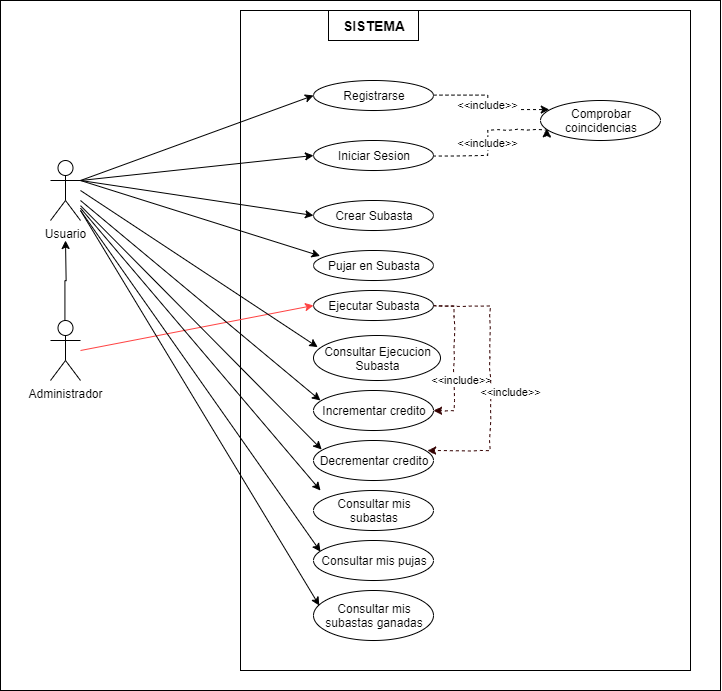
Above: Diagrama de Casos de Uso.png in josegoval/I.E.6.2 (draw.io), before the change. Source tidied: cells renumbered, new cells last; positions are measured from the earlier drawing's top-left corner, leaving out a move shared by most shapes. The source it was exported from:
```xml
<mxGraphModel>
  <root>
    <mxCell id="0" />
    <mxCell id="1" value="Untitled Layer" parent="0" />
    <mxCell id="2" style="rounded=0;whiteSpace=wrap;html=1;glass=0;fillColor=#ffffff;" parent="1" vertex="1">
      <mxGeometry width="720" height="690" as="geometry" />
    </mxCell>
    <mxCell id="3" value="Untitled Layer" parent="0" />
    <mxCell id="4" style="rounded=0;whiteSpace=wrap;html=1;glass=0;fillColor=#ffffff;" parent="3" vertex="1">
      <mxGeometry x="240" y="10" width="450" height="660" as="geometry" />
    </mxCell>
    <mxCell id="5" parent="0" />
    <mxCell id="6" value="Usuario&lt;br&gt;" style="shape=umlActor;verticalLabelPosition=bottom;labelBackgroundColor=#ffffff;verticalAlign=top;html=1;outlineConnect=0;" parent="5" vertex="1">
      <mxGeometry x="50" y="160" width="30" height="60" as="geometry" />
    </mxCell>
    <mxCell id="7" style="edgeStyle=orthogonalEdgeStyle;rounded=0;jettySize=auto;html=1;" parent="5" edge="1" source="8">
      <mxGeometry relative="1" as="geometry">
        <mxPoint x="65" y="240" as="targetPoint" />
      </mxGeometry>
    </mxCell>
    <mxCell id="8" value="Administrador" style="shape=umlActor;verticalLabelPosition=bottom;labelBackgroundColor=#ffffff;verticalAlign=top;html=1;outlineConnect=0;" parent="5" vertex="1">
      <mxGeometry x="50" y="320" width="30" height="60" as="geometry" />
    </mxCell>
    <mxCell id="9" value="&lt;b&gt;&lt;font style=&quot;font-size: 14px&quot;&gt;SISTEMA&lt;/font&gt;&lt;/b&gt;" style="rounded=0;whiteSpace=wrap;html=1;" parent="5" vertex="1">
      <mxGeometry x="328" y="10" width="90" height="30" as="geometry" />
    </mxCell>
    <mxCell id="10" value="&amp;lt;&amp;lt;include&amp;gt;&amp;gt;" style="edgeStyle=orthogonalEdgeStyle;rounded=0;jettySize=auto;html=1;entryX=0.077;entryY=0.235;entryDx=0;entryDy=0;entryPerimeter=0;dashed=1;jumpSize=9;shadow=0;comic=0;" parent="5" edge="1" source="11" target="14">
      <mxGeometry relative="1" as="geometry">
        <Array as="points">
          <mxPoint x="487" y="95" />
          <mxPoint x="487" y="109" />
        </Array>
      </mxGeometry>
    </mxCell>
    <mxCell id="11" value="Registrarse" style="ellipse;whiteSpace=wrap;html=1;" parent="5" vertex="1">
      <mxGeometry x="313" y="80" width="120" height="30" as="geometry" />
    </mxCell>
    <mxCell id="12" value="&amp;lt;&amp;lt;include&amp;gt;&amp;gt;" style="edgeStyle=orthogonalEdgeStyle;rounded=0;comic=1;jumpSize=9;jettySize=auto;html=1;entryX=0.05;entryY=0.715;entryDx=0;entryDy=0;entryPerimeter=0;shadow=0;dashed=1;" parent="5" edge="1" source="13" target="14">
      <mxGeometry x="-0.05" relative="1" as="geometry">
        <Array as="points">
          <mxPoint x="487" y="155" />
          <mxPoint x="487" y="130" />
          <mxPoint x="546" y="130" />
        </Array>
      </mxGeometry>
    </mxCell>
    <mxCell id="13" value="Iniciar Sesion" style="ellipse;whiteSpace=wrap;html=1;" parent="5" vertex="1">
      <mxGeometry x="313" y="140" width="120" height="30" as="geometry" />
    </mxCell>
    <mxCell id="14" value="Comprobar coincidencias" style="ellipse;whiteSpace=wrap;html=1;" parent="5" vertex="1">
      <mxGeometry x="540" y="100" width="120" height="40" as="geometry" />
    </mxCell>
    <mxCell id="15" value="Crear Subasta" style="ellipse;whiteSpace=wrap;html=1;" parent="5" vertex="1">
      <mxGeometry x="313" y="200" width="120" height="30" as="geometry" />
    </mxCell>
    <mxCell id="16" value="Pujar en Subasta" style="ellipse;whiteSpace=wrap;html=1;" parent="5" vertex="1">
      <mxGeometry x="313" y="250" width="120" height="30" as="geometry" />
    </mxCell>
    <mxCell id="17" value="&amp;lt;&amp;lt;include&amp;gt;&amp;gt;" style="edgeStyle=orthogonalEdgeStyle;rounded=0;comic=1;jumpSize=9;jettySize=auto;html=1;entryX=1;entryY=0.5;entryDx=0;entryDy=0;shadow=0;strokeColor=#330000;dashed=1;" parent="5" edge="1" source="19" target="21">
      <mxGeometry x="0.31" y="7" relative="1" as="geometry">
        <Array as="points">
          <mxPoint x="453" y="305" />
          <mxPoint x="453" y="410" />
        </Array>
      </mxGeometry>
    </mxCell>
    <mxCell id="18" value="&amp;lt;&amp;lt;include&amp;gt;&amp;gt;" style="edgeStyle=orthogonalEdgeStyle;rounded=0;comic=1;jumpSize=9;jettySize=auto;html=1;entryX=0.948;entryY=0.265;entryDx=0;entryDy=0;entryPerimeter=0;shadow=0;dashed=1;strokeColor=#330000;" parent="5" edge="1" source="19" target="22">
      <mxGeometry x="0.09" y="20" relative="1" as="geometry">
        <Array as="points">
          <mxPoint x="490" y="305" />
          <mxPoint x="490" y="450" />
          <mxPoint x="428" y="450" />
        </Array>
      </mxGeometry>
    </mxCell>
    <mxCell id="19" value="Ejecutar Subasta" style="ellipse;whiteSpace=wrap;html=1;" parent="5" vertex="1">
      <mxGeometry x="313" y="290" width="120" height="30" as="geometry" />
    </mxCell>
    <mxCell id="20" value="Consultar Ejecucion Subasta" style="ellipse;whiteSpace=wrap;html=1;" parent="5" vertex="1">
      <mxGeometry x="313" y="335" width="127" height="45" as="geometry" />
    </mxCell>
    <mxCell id="21" value="Incrementar credito" style="ellipse;whiteSpace=wrap;html=1;" parent="5" vertex="1">
      <mxGeometry x="313" y="390" width="120" height="40" as="geometry" />
    </mxCell>
    <mxCell id="22" value="Decrementar credito" style="ellipse;whiteSpace=wrap;html=1;" parent="5" vertex="1">
      <mxGeometry x="313" y="440" width="120" height="40" as="geometry" />
    </mxCell>
    <mxCell id="23" value="Consultar mis subastas" style="ellipse;whiteSpace=wrap;html=1;" parent="5" vertex="1">
      <mxGeometry x="313" y="490" width="120" height="40" as="geometry" />
    </mxCell>
    <mxCell id="24" value="Consultar mis pujas" style="ellipse;whiteSpace=wrap;html=1;" parent="5" vertex="1">
      <mxGeometry x="313" y="540" width="120" height="40" as="geometry" />
    </mxCell>
    <mxCell id="25" value="Consultar mis subastas ganadas" style="ellipse;whiteSpace=wrap;html=1;" parent="5" vertex="1">
      <mxGeometry x="313" y="590" width="120" height="50" as="geometry" />
    </mxCell>
    <mxCell id="26" style="endArrow=classic;html=1;shadow=0;exitX=1;exitY=0.3333333333333333;exitDx=0;exitDy=0;exitPerimeter=0;entryX=0;entryY=0.5;entryDx=0;entryDy=0;" parent="5" edge="1" source="6" target="11">
      <mxGeometry relative="1" as="geometry" />
    </mxCell>
    <mxCell id="27" style="endArrow=classic;html=1;shadow=0;entryX=0;entryY=0.5;entryDx=0;entryDy=0;" parent="5" edge="1" target="13">
      <mxGeometry relative="1" as="geometry">
        <mxPoint x="80" y="180" as="sourcePoint" />
      </mxGeometry>
    </mxCell>
    <mxCell id="28" style="endArrow=classic;html=1;shadow=0;entryX=0;entryY=0.5;entryDx=0;entryDy=0;" parent="5" edge="1" target="15">
      <mxGeometry relative="1" as="geometry">
        <mxPoint x="80" y="180" as="sourcePoint" />
      </mxGeometry>
    </mxCell>
    <mxCell id="29" style="endArrow=classic;html=1;shadow=0;entryX=0.055;entryY=0.18;entryDx=0;entryDy=0;entryPerimeter=0;" parent="5" edge="1" target="16">
      <mxGeometry relative="1" as="geometry">
        <mxPoint x="80" y="180" as="sourcePoint" />
      </mxGeometry>
    </mxCell>
    <mxCell id="30" style="endArrow=classic;html=1;shadow=0;entryX=0;entryY=0.5;entryDx=0;entryDy=0;strokeColor=#FF4242;" parent="5" edge="1" target="19">
      <mxGeometry relative="1" as="geometry">
        <mxPoint x="80" y="350" as="sourcePoint" />
      </mxGeometry>
    </mxCell>
    <mxCell id="31" style="endArrow=classic;html=1;shadow=0;entryX=0.033;entryY=0.258;entryDx=0;entryDy=0;entryPerimeter=0;" parent="5" edge="1" target="20">
      <mxGeometry relative="1" as="geometry">
        <mxPoint x="80" y="190" as="sourcePoint" />
      </mxGeometry>
    </mxCell>
    <mxCell id="32" style="endArrow=classic;html=1;shadow=0;entryX=0.058;entryY=0.25;entryDx=0;entryDy=0;entryPerimeter=0;" parent="5" edge="1" target="21">
      <mxGeometry relative="1" as="geometry">
        <mxPoint x="80" y="200" as="sourcePoint" />
      </mxGeometry>
    </mxCell>
    <mxCell id="33" style="endArrow=classic;html=1;shadow=0;entryX=0.068;entryY=0.225;entryDx=0;entryDy=0;entryPerimeter=0;" parent="5" edge="1" source="6" target="22">
      <mxGeometry relative="1" as="geometry" />
    </mxCell>
    <mxCell id="34" style="endArrow=classic;html=1;shadow=0;" parent="5" edge="1" source="6">
      <mxGeometry relative="1" as="geometry">
        <mxPoint x="320" y="490" as="targetPoint" />
      </mxGeometry>
    </mxCell>
    <mxCell id="35" style="endArrow=classic;html=1;shadow=0;" parent="5" edge="1">
      <mxGeometry relative="1" as="geometry">
        <mxPoint x="80" y="210" as="sourcePoint" />
        <mxPoint x="320" y="551.2" as="targetPoint" />
      </mxGeometry>
    </mxCell>
    <mxCell id="36" style="endArrow=classic;html=1;shadow=0;entryX=0.048;entryY=0.3;entryDx=0;entryDy=0;entryPerimeter=0;" parent="5" edge="1" target="25">
      <mxGeometry relative="1" as="geometry">
        <mxPoint x="80" y="210" as="sourcePoint" />
      </mxGeometry>
    </mxCell>
  </root>
</mxGraphModel>
```
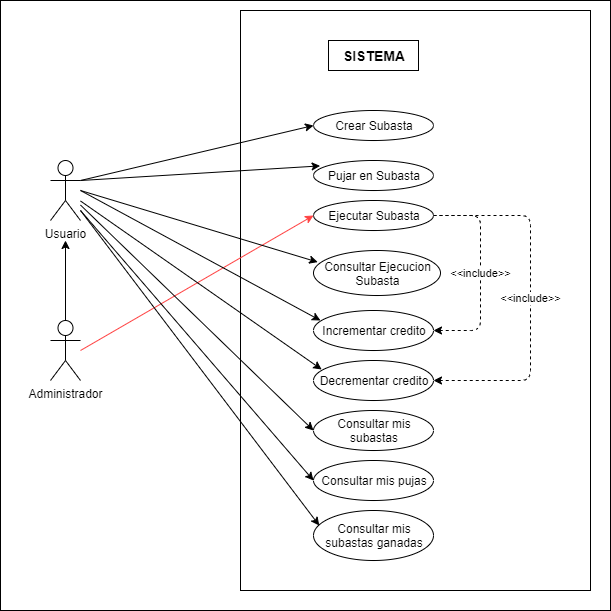
Above is the later version.

Commit message:
Nuevo modelo del diagrama de casos de uso. Se ha modificado eliminando la creacion de usuario, para evitar salirnos demasiado del objetivo inicial del trabajo.

modified:   Diagrama de Casos de Uso.png

Diff of the diagram source:
```diff
@@ -3,11 +3,46 @@
     <mxCell id="0" />
     <mxCell id="1" value="Untitled Layer" parent="0" />
     <mxCell id="2" style="rounded=0;whiteSpace=wrap;html=1;glass=0;fillColor=#ffffff;" parent="1" vertex="1">
-      <mxGeometry width="720" height="690" as="geometry" />
+      <mxGeometry width="610" height="610" as="geometry" />
     </mxCell>
+    <mxCell id="37" style="edgeStyle=orthogonalEdgeStyle;rounded=0;jettySize=auto;html=1;" parent="1" edge="1" source="19" target="21">
+      <mxGeometry relative="1" as="geometry">
+        <Array as="points">
+          <mxPoint x="460" y="215" />
+          <mxPoint x="460" y="330" />
+        </Array>
+      </mxGeometry>
+    </mxCell>
+    <mxCell id="38" value="&amp;lt;&amp;lt;include&amp;gt;&amp;gt;" style="edgeStyle=orthogonalEdgeStyle;rounded=0;jettySize=auto;html=1;" parent="1" edge="1" source="19" target="22">
+      <mxGeometry relative="1" as="geometry">
+        <Array as="points">
+          <mxPoint x="530" y="215" />
+          <mxPoint x="530" y="380" />
+        </Array>
+      </mxGeometry>
+    </mxCell>
+    <mxCell id="39" value="&amp;lt;&amp;lt;include&amp;gt;&amp;gt;" style="edgeStyle=orthogonalEdgeStyle;rounded=0;jettySize=auto;html=1;entryX=1;entryY=0.5;entryDx=0;entryDy=0;" parent="1" edge="1" source="19" target="21">
+      <mxGeometry relative="1" as="geometry">
+        <Array as="points">
+          <mxPoint x="470" y="215" />
+          <mxPoint x="470" y="330" />
+        </Array>
+      </mxGeometry>
+    </mxCell>
+    <mxCell id="40" value="&amp;lt;&amp;lt;include&amp;gt;&amp;gt;" style="edgeStyle=orthogonalEdgeStyle;rounded=0;jettySize=auto;html=1;" parent="1" edge="1" source="19" target="22">
+      <mxGeometry relative="1" as="geometry" />
+    </mxCell>
+    <mxCell id="41" value="&amp;lt;&amp;lt;include&amp;gt;&amp;gt;" style="endArrow=classic;html=1;entryX=1;entryY=0.5;entryDx=0;entryDy=0;exitX=1;exitY=0.5;exitDx=0;exitDy=0;" parent="1" edge="1" source="19" target="21">
+      <mxGeometry relative="1" as="geometry">
+        <Array as="points">
+          <mxPoint x="470" y="215" />
+          <mxPoint x="470" y="330" />
+        </Array>
+      </mxGeometry>
+    </mxCell>
     <mxCell id="3" value="Untitled Layer" parent="0" />
     <mxCell id="4" style="rounded=0;whiteSpace=wrap;html=1;glass=0;fillColor=#ffffff;" parent="3" vertex="1">
-      <mxGeometry x="240" y="10" width="450" height="660" as="geometry" />
+      <mxGeometry x="240" y="10" width="350" height="580" as="geometry" />
     </mxCell>
     <mxCell id="5" parent="0" />
     <mxCell id="6" value="Usuario&lt;br&gt;" style="shape=umlActor;verticalLabelPosition=bottom;labelBackgroundColor=#ffffff;verticalAlign=top;html=1;outlineConnect=0;" parent="5" vertex="1">
@@ -22,86 +57,48 @@
       <mxGeometry x="50" y="320" width="30" height="60" as="geometry" />
     </mxCell>
     <mxCell id="9" value="&lt;b&gt;&lt;font style=&quot;font-size: 14px&quot;&gt;SISTEMA&lt;/font&gt;&lt;/b&gt;" style="rounded=0;whiteSpace=wrap;html=1;" parent="5" vertex="1">
-      <mxGeometry x="328" y="10" width="90" height="30" as="geometry" />
+      <mxGeometry x="328" y="40" width="90" height="30" as="geometry" />
     </mxCell>
-    <mxCell id="10" value="&amp;lt;&amp;lt;include&amp;gt;&amp;gt;" style="edgeStyle=orthogonalEdgeStyle;rounded=0;jettySize=auto;html=1;entryX=0.077;entryY=0.235;entryDx=0;entryDy=0;entryPerimeter=0;dashed=1;jumpSize=9;shadow=0;comic=0;" parent="5" edge="1" source="11" target="14">
-      <mxGeometry relative="1" as="geometry">
-        <Array as="points">
-          <mxPoint x="487" y="95" />
-          <mxPoint x="487" y="109" />
-        </Array>
-      </mxGeometry>
-    </mxCell>
-    <mxCell id="11" value="Registrarse" style="ellipse;whiteSpace=wrap;html=1;" parent="5" vertex="1">
-      <mxGeometry x="313" y="80" width="120" height="30" as="geometry" />
-    </mxCell>
-    <mxCell id="12" value="&amp;lt;&amp;lt;include&amp;gt;&amp;gt;" style="edgeStyle=orthogonalEdgeStyle;rounded=0;comic=1;jumpSize=9;jettySize=auto;html=1;entryX=0.05;entryY=0.715;entryDx=0;entryDy=0;entryPerimeter=0;shadow=0;dashed=1;" parent="5" edge="1" source="13" target="14">
-      <mxGeometry x="-0.05" relative="1" as="geometry">
-        <Array as="points">
-          <mxPoint x="487" y="155" />
-          <mxPoint x="487" y="130" />
-          <mxPoint x="546" y="130" />
-        </Array>
-      </mxGeometry>
-    </mxCell>
-    <mxCell id="13" value="Iniciar Sesion" style="ellipse;whiteSpace=wrap;html=1;" parent="5" vertex="1">
-      <mxGeometry x="313" y="140" width="120" height="30" as="geometry" />
-    </mxCell>
-    <mxCell id="14" value="Comprobar coincidencias" style="ellipse;whiteSpace=wrap;html=1;" parent="5" vertex="1">
-      <mxGeometry x="540" y="100" width="120" height="40" as="geometry" />
-    </mxCell>
     <mxCell id="15" value="Crear Subasta" style="ellipse;whiteSpace=wrap;html=1;" parent="5" vertex="1">
-      <mxGeometry x="313" y="200" width="120" height="30" as="geometry" />
+      <mxGeometry x="313" y="110" width="120" height="30" as="geometry" />
     </mxCell>
     <mxCell id="16" value="Pujar en Subasta" style="ellipse;whiteSpace=wrap;html=1;" parent="5" vertex="1">
-      <mxGeometry x="313" y="250" width="120" height="30" as="geometry" />
+      <mxGeometry x="313" y="160" width="120" height="30" as="geometry" />
     </mxCell>
-    <mxCell id="17" value="&amp;lt;&amp;lt;include&amp;gt;&amp;gt;" style="edgeStyle=orthogonalEdgeStyle;rounded=0;comic=1;jumpSize=9;jettySize=auto;html=1;entryX=1;entryY=0.5;entryDx=0;entryDy=0;shadow=0;strokeColor=#330000;dashed=1;" parent="5" edge="1" source="19" target="21">
-      <mxGeometry x="0.31" y="7" relative="1" as="geometry">
-        <Array as="points">
-          <mxPoint x="453" y="305" />
-          <mxPoint x="453" y="410" />
-        </Array>
-      </mxGeometry>
-    </mxCell>
-    <mxCell id="18" value="&amp;lt;&amp;lt;include&amp;gt;&amp;gt;" style="edgeStyle=orthogonalEdgeStyle;rounded=0;comic=1;jumpSize=9;jettySize=auto;html=1;entryX=0.948;entryY=0.265;entryDx=0;entryDy=0;entryPerimeter=0;shadow=0;dashed=1;strokeColor=#330000;" parent="5" edge="1" source="19" target="22">
-      <mxGeometry x="0.09" y="20" relative="1" as="geometry">
-        <Array as="points">
-          <mxPoint x="490" y="305" />
-          <mxPoint x="490" y="450" />
-          <mxPoint x="428" y="450" />
-        </Array>
-      </mxGeometry>
-    </mxCell>
+    <mxCell id="42" value="&amp;lt;&amp;lt;include&amp;gt;&amp;gt;" style="edgeStyle=orthogonalEdgeStyle;rounded=1;jettySize=auto;html=1;dashed=1;" parent="5" edge="1" source="19" target="21">
+      <mxGeometry relative="1" as="geometry">
+        <Array as="points">
+          <mxPoint x="480" y="215" />
+          <mxPoint x="480" y="330" />
+        </Array>
+      </mxGeometry>
+    </mxCell>
+    <mxCell id="43" value="&amp;lt;&amp;lt;include&amp;gt;&amp;gt;" style="edgeStyle=orthogonalEdgeStyle;jettySize=auto;html=1;rounded=1;dashed=1;" parent="5" edge="1" source="19" target="22">
+      <mxGeometry relative="1" as="geometry">
+        <Array as="points">
+          <mxPoint x="530" y="215" />
+          <mxPoint x="530" y="380" />
+        </Array>
+      </mxGeometry>
+    </mxCell>
     <mxCell id="19" value="Ejecutar Subasta" style="ellipse;whiteSpace=wrap;html=1;" parent="5" vertex="1">
-      <mxGeometry x="313" y="290" width="120" height="30" as="geometry" />
+      <mxGeometry x="313" y="200" width="120" height="30" as="geometry" />
     </mxCell>
-    <mxCell id="20" value="Consultar Ejecucion Subasta" style="ellipse;whiteSpace=wrap;html=1;" parent="5" vertex="1">
-      <mxGeometry x="313" y="335" width="127" height="45" as="geometry" />
-    </mxCell>
     <mxCell id="21" value="Incrementar credito" style="ellipse;whiteSpace=wrap;html=1;" parent="5" vertex="1">
-      <mxGeometry x="313" y="390" width="120" height="40" as="geometry" />
+      <mxGeometry x="313" y="310" width="120" height="40" as="geometry" />
     </mxCell>
     <mxCell id="22" value="Decrementar credito" style="ellipse;whiteSpace=wrap;html=1;" parent="5" vertex="1">
-      <mxGeometry x="313" y="440" width="120" height="40" as="geometry" />
+      <mxGeometry x="313" y="360" width="120" height="40" as="geometry" />
     </mxCell>
     <mxCell id="23" value="Consultar mis subastas" style="ellipse;whiteSpace=wrap;html=1;" parent="5" vertex="1">
-      <mxGeometry x="313" y="490" width="120" height="40" as="geometry" />
+      <mxGeometry x="313" y="410" width="120" height="40" as="geometry" />
     </mxCell>
     <mxCell id="24" value="Consultar mis pujas" style="ellipse;whiteSpace=wrap;html=1;" parent="5" vertex="1">
-      <mxGeometry x="313" y="540" width="120" height="40" as="geometry" />
+      <mxGeometry x="313" y="460" width="120" height="40" as="geometry" />
     </mxCell>
     <mxCell id="25" value="Consultar mis subastas ganadas" style="ellipse;whiteSpace=wrap;html=1;" parent="5" vertex="1">
-      <mxGeometry x="313" y="590" width="120" height="50" as="geometry" />
+      <mxGeometry x="313" y="510" width="120" height="50" as="geometry" />
     </mxCell>
-    <mxCell id="26" style="endArrow=classic;html=1;shadow=0;exitX=1;exitY=0.3333333333333333;exitDx=0;exitDy=0;exitPerimeter=0;entryX=0;entryY=0.5;entryDx=0;entryDy=0;" parent="5" edge="1" source="6" target="11">
-      <mxGeometry relative="1" as="geometry" />
-    </mxCell>
-    <mxCell id="27" style="endArrow=classic;html=1;shadow=0;entryX=0;entryY=0.5;entryDx=0;entryDy=0;" parent="5" edge="1" target="13">
-      <mxGeometry relative="1" as="geometry">
-        <mxPoint x="80" y="180" as="sourcePoint" />
-      </mxGeometry>
-    </mxCell>
     <mxCell id="28" style="endArrow=classic;html=1;shadow=0;entryX=0;entryY=0.5;entryDx=0;entryDy=0;" parent="5" edge="1" target="15">
       <mxGeometry relative="1" as="geometry">
         <mxPoint x="80" y="180" as="sourcePoint" />
@@ -124,21 +121,18 @@
     </mxCell>
     <mxCell id="32" style="endArrow=classic;html=1;shadow=0;entryX=0.058;entryY=0.25;entryDx=0;entryDy=0;entryPerimeter=0;" parent="5" edge="1" target="21">
       <mxGeometry relative="1" as="geometry">
-        <mxPoint x="80" y="200" as="sourcePoint" />
+        <mxPoint x="80" y="190" as="sourcePoint" />
       </mxGeometry>
     </mxCell>
     <mxCell id="33" style="endArrow=classic;html=1;shadow=0;entryX=0.068;entryY=0.225;entryDx=0;entryDy=0;entryPerimeter=0;" parent="5" edge="1" source="6" target="22">
       <mxGeometry relative="1" as="geometry" />
     </mxCell>
-    <mxCell id="34" style="endArrow=classic;html=1;shadow=0;" parent="5" edge="1" source="6">
-      <mxGeometry relative="1" as="geometry">
-        <mxPoint x="320" y="490" as="targetPoint" />
-      </mxGeometry>
+    <mxCell id="34" style="endArrow=classic;html=1;shadow=0;entryX=0;entryY=0.5;entryDx=0;entryDy=0;" parent="5" edge="1" source="6" target="23">
+      <mxGeometry relative="1" as="geometry" />
     </mxCell>
-    <mxCell id="35" style="endArrow=classic;html=1;shadow=0;" parent="5" edge="1">
+    <mxCell id="35" style="endArrow=classic;html=1;shadow=0;entryX=0;entryY=0.5;entryDx=0;entryDy=0;" parent="5" edge="1" target="24">
       <mxGeometry relative="1" as="geometry">
         <mxPoint x="80" y="210" as="sourcePoint" />
-        <mxPoint x="320" y="551.2" as="targetPoint" />
       </mxGeometry>
     </mxCell>
     <mxCell id="36" style="endArrow=classic;html=1;shadow=0;entryX=0.048;entryY=0.3;entryDx=0;entryDy=0;entryPerimeter=0;" parent="5" edge="1" target="25">
@@ -146,5 +140,11 @@
         <mxPoint x="80" y="210" as="sourcePoint" />
       </mxGeometry>
     </mxCell>
+    <mxCell id="20" value="Consultar Ejecucion Subasta" style="ellipse;whiteSpace=wrap;html=1;" parent="5" vertex="1">
+      <mxGeometry x="313" y="250" width="127" height="45" as="geometry" />
+    </mxCell>
+    <mxCell id="44" style="edgeStyle=orthogonalEdgeStyle;rounded=1;orthogonalLoop=1;jettySize=auto;html=1;exitX=0.5;exitY=1;exitDx=0;exitDy=0;dashed=1;" parent="5" edge="1" source="4" target="4">
+      <mxGeometry relative="1" as="geometry" />
+    </mxCell>
   </root>
 </mxGraphModel>
```
